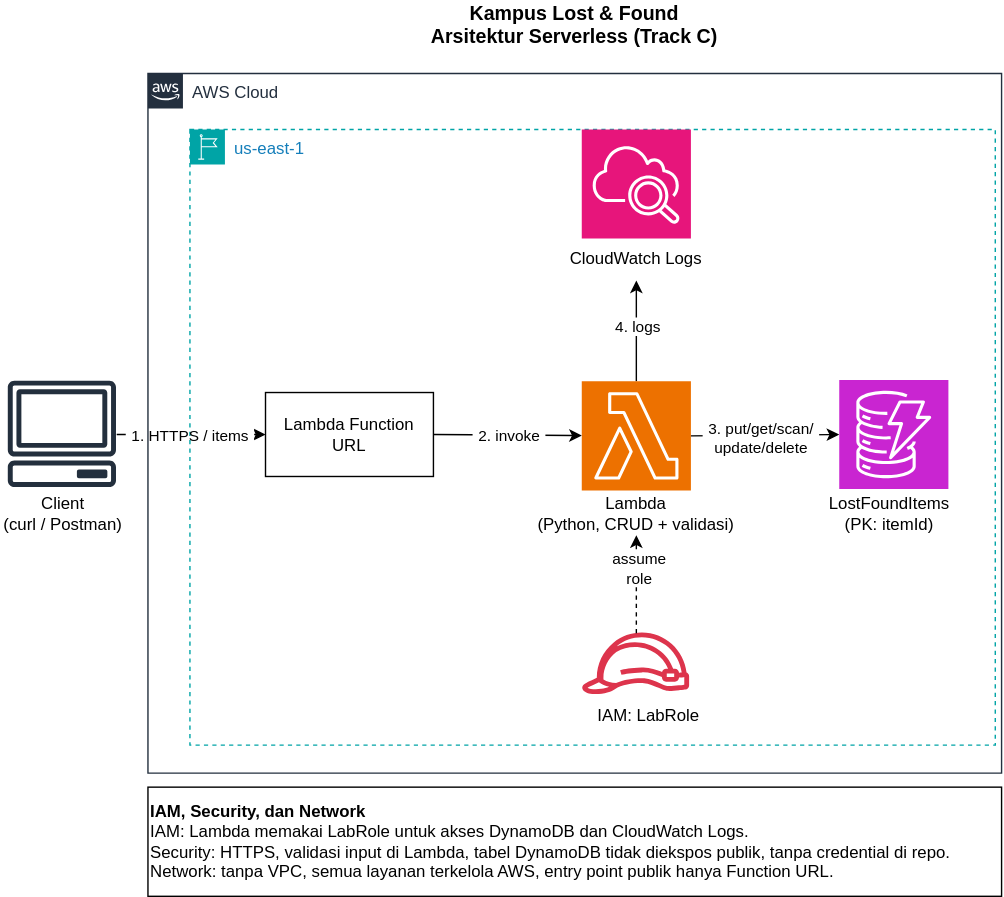
Before: docs/architecture.svg, a diagram exported from draw.io (muhizzy123-png/FoundIt). Source tidied: cells renumbered, new cells last; positions are measured from the earlier drawing's top-left corner, leaving out a move shared by most shapes. The source it was exported from:
```xml
<mxGraphModel>
  <root>
    <mxCell id="0" />
    <mxCell id="1" parent="0" />
    <mxCell id="2" style="endArrow=classic;html=1;rounded=0;defaultLabelBackgroundColor=page;labelPadding=0 4;exitX=0.5;exitY=0;exitDx=0;exitDy=0;exitPerimeter=0;entryX=0.5;entryY=1;entryDx=0;entryDy=0;" parent="1" edge="1" source="4" target="14">
      <mxGeometry relative="1" as="geometry" />
    </mxCell>
    <mxCell id="3" value="4. logs" style="edgeLabel;html=1;align=center;verticalAlign=middle;inheritText=1;defaultLabelBackgroundColor=page;labelPadding=0 4;rotation=0;" parent="2" vertex="1">
      <mxGeometry x="0.42" y="-1" relative="1" as="geometry">
        <mxPoint x="-1" y="11" as="offset" />
      </mxGeometry>
    </mxCell>
    <mxCell id="4" style="sketch=0;points=[[0,0,0],[0.25,0,0],[0.5,0,0],[0.75,0,0],[1,0,0],[0,1,0],[0.25,1,0],[0.5,1,0],[0.75,1,0],[1,1,0],[0,0.25,0],[0,0.5,0],[0,0.75,0],[1,0.25,0],[1,0.5,0],[1,0.75,0]];outlineConnect=0;fontColor=#232F3E;fillColor=#ED7100;strokeColor=#ffffff;dashed=0;verticalLabelPosition=bottom;verticalAlign=top;align=center;html=1;fontSize=12;fontStyle=0;shape=mxgraph.aws4.resourceIcon;resIcon=mxgraph.aws4.lambda;labelPerimeter=1;" parent="1" vertex="1">
      <mxGeometry x="416" y="270" width="78" height="78" as="geometry" />
    </mxCell>
    <mxCell id="5" style="sketch=0;outlineConnect=0;fontColor=#232F3E;gradientColor=none;fillColor=#232F3D;strokeColor=none;dashed=0;verticalLabelPosition=bottom;verticalAlign=top;align=center;html=1;fontSize=12;fontStyle=0;shape=mxgraph.aws4.client;labelPerimeter=1;" parent="1" vertex="1">
      <mxGeometry x="6" y="270" width="78" height="76" as="geometry" />
    </mxCell>
    <mxCell id="6" value="Lambda Function URL" style="rounded=0;whiteSpace=wrap;html=1;" parent="1" vertex="1">
      <mxGeometry x="190" y="278" width="120" height="60" as="geometry" />
    </mxCell>
    <mxCell id="7" style="sketch=0;points=[[0,0,0],[0.25,0,0],[0.5,0,0],[0.75,0,0],[1,0,0],[0,1,0],[0.25,1,0],[0.5,1,0],[0.75,1,0],[1,1,0],[0,0.25,0],[0,0.5,0],[0,0.75,0],[1,0.25,0],[1,0.5,0],[1,0.75,0]];outlineConnect=0;fontColor=#232F3E;fillColor=#C925D1;strokeColor=#ffffff;dashed=0;verticalLabelPosition=bottom;verticalAlign=top;align=center;html=1;fontSize=12;fontStyle=0;shape=mxgraph.aws4.resourceIcon;resIcon=mxgraph.aws4.dynamodb;labelPerimeter=1;" parent="1" vertex="1">
      <mxGeometry x="600" y="269" width="78" height="78" as="geometry" />
    </mxCell>
    <mxCell id="8" value="AWS Cloud" style="gradientColor=none;html=1;whiteSpace=wrap;fontSize=12;fontStyle=0;shape=mxgraph.aws4.group;grIcon=mxgraph.aws4.group_aws_cloud_alt;strokeColor=#232F3E;fillColor=none;verticalAlign=top;align=left;spacingLeft=30;fontColor=#232F3E;dashed=0;" parent="1" vertex="1">
      <mxGeometry x="106" y="50" width="610" height="500" as="geometry" />
    </mxCell>
    <mxCell id="9" value="us-east-1" style="gradientColor=none;html=1;whiteSpace=wrap;fontSize=12;fontStyle=0;shape=mxgraph.aws4.group;grIcon=mxgraph.aws4.group_region;strokeColor=#00A4A6;fillColor=none;verticalAlign=top;align=left;spacingLeft=30;fontColor=#147EBA;dashed=1;" parent="1" vertex="1">
      <mxGeometry x="136" y="90" width="575.5" height="440" as="geometry" />
    </mxCell>
    <mxCell id="10" value="Lambda&lt;div&gt;(Python, CRUD + validasi)&lt;/div&gt;" style="text;html=1;whiteSpace=wrap;strokeColor=none;fillColor=none;align=center;verticalAlign=middle;rounded=0;" parent="9" vertex="1">
      <mxGeometry x="241.2" y="260" width="155.5" height="30" as="geometry" />
    </mxCell>
    <mxCell id="11" style="sketch=0;outlineConnect=0;fontColor=#232F3E;gradientColor=none;fillColor=#DD344C;strokeColor=none;dashed=0;verticalLabelPosition=bottom;verticalAlign=top;align=center;html=1;fontSize=12;fontStyle=0;shape=mxgraph.aws4.role;labelPerimeter=1;" parent="9" vertex="1">
      <mxGeometry x="280" y="360" width="78" height="44" as="geometry" />
    </mxCell>
    <mxCell id="12" style="sketch=0;fontColor=#232F3E;fillColor=#E7157B;strokeColor=#ffffff;dashed=0;verticalLabelPosition=bottom;verticalAlign=top;align=center;html=1;fontSize=12;fontStyle=0;shape=mxgraph.aws4.resourceIcon;resIcon=mxgraph.aws4.cloudwatch_2;labelPerimeter=1;" parent="9" vertex="1">
      <mxGeometry x="280" width="78" height="78" as="geometry" />
    </mxCell>
    <mxCell id="13" value="LostFoundItems&lt;div&gt;(PK: itemId)&lt;/div&gt;" style="text;html=1;whiteSpace=wrap;strokeColor=none;fillColor=none;align=center;verticalAlign=middle;rounded=0;" parent="9" vertex="1">
      <mxGeometry x="450" y="260" width="100" height="30" as="geometry" />
    </mxCell>
    <mxCell id="14" value="CloudWatch Logs" style="text;html=1;whiteSpace=wrap;strokeColor=none;fillColor=none;align=center;verticalAlign=middle;rounded=0;" parent="9" vertex="1">
      <mxGeometry x="269" y="78" width="100" height="30" as="geometry" />
    </mxCell>
    <mxCell id="15" style="endArrow=classic;html=1;rounded=0;defaultLabelBackgroundColor=page;labelPadding=0 4;dashed=1;entryX=0.5;entryY=1;entryDx=0;entryDy=0;" parent="9" edge="1" source="11" target="10">
      <mxGeometry relative="1" as="geometry" />
    </mxCell>
    <mxCell id="16" value="assume&lt;div&gt;role&lt;/div&gt;" style="edgeLabel;html=1;align=center;verticalAlign=middle;inheritText=1;defaultLabelBackgroundColor=page;labelPadding=0 4;" parent="15" vertex="1">
      <mxGeometry x="0.35" y="-1" relative="1" as="geometry" />
    </mxCell>
    <mxCell id="17" value="IAM: LabRole" style="text;html=1;whiteSpace=wrap;strokeColor=none;fillColor=none;align=center;verticalAlign=middle;rounded=0;" parent="9" vertex="1">
      <mxGeometry x="250" y="404" width="155.5" height="30" as="geometry" />
    </mxCell>
    <mxCell id="18" style="endArrow=classic;html=1;rounded=0;defaultLabelBackgroundColor=page;labelPadding=0 4;entryX=0;entryY=0.5;entryDx=0;entryDy=0;" parent="1" edge="1" source="5" target="6">
      <mxGeometry relative="1" as="geometry" />
    </mxCell>
    <mxCell id="19" value="1. HTTPS / items" style="edgeLabel;html=1;align=center;verticalAlign=middle;inheritText=1;defaultLabelBackgroundColor=page;labelPadding=0 4;" parent="18" vertex="1">
      <mxGeometry x="-0.11" y="-1" relative="1" as="geometry">
        <mxPoint x="5" y="-1" as="offset" />
      </mxGeometry>
    </mxCell>
    <mxCell id="20" style="endArrow=classic;html=1;rounded=0;defaultLabelBackgroundColor=page;labelPadding=0 4;exitX=1;exitY=0.5;exitDx=0;exitDy=0;" parent="1" edge="1" source="6" target="4">
      <mxGeometry relative="1" as="geometry" />
    </mxCell>
    <mxCell id="21" value="2. invoke" style="edgeLabel;html=1;align=center;verticalAlign=middle;inheritText=1;defaultLabelBackgroundColor=page;labelPadding=0 4;" parent="20" vertex="1">
      <mxGeometry x="0.1" y="1" relative="1" as="geometry">
        <mxPoint x="-5" y="1" as="offset" />
      </mxGeometry>
    </mxCell>
    <mxCell id="22" style="endArrow=classic;html=1;rounded=0;defaultLabelBackgroundColor=page;labelPadding=0 4;exitX=1;exitY=0.5;exitDx=0;exitDy=0;exitPerimeter=0;entryX=0;entryY=0.5;entryDx=0;entryDy=0;entryPerimeter=0;" parent="1" edge="1" source="4" target="7">
      <mxGeometry relative="1" as="geometry" />
    </mxCell>
    <mxCell id="23" value="3. put/get/scan/&lt;div&gt;update/delete&lt;/div&gt;" style="edgeLabel;html=1;align=center;verticalAlign=middle;inheritText=1;defaultLabelBackgroundColor=page;labelPadding=0 4;" parent="22" vertex="1">
      <mxGeometry x="-0.08" y="-2" relative="1" as="geometry" />
    </mxCell>
    <mxCell id="24" value="Client&lt;div&gt;(curl / Postman)&lt;/div&gt;" style="text;html=1;whiteSpace=wrap;strokeColor=none;fillColor=none;align=center;verticalAlign=middle;rounded=0;" parent="1" vertex="1">
      <mxGeometry x="0.5" y="350" width="89" height="30" as="geometry" />
    </mxCell>
    <mxCell id="25" value="Kampus Lost &amp;amp; Found Arsitektur Serverless (Track C)" style="text;html=1;whiteSpace=wrap;strokeColor=none;fillColor=none;align=center;verticalAlign=middle;rounded=0;fontStyle=1;fontSize=14;" parent="1" vertex="1">
      <mxGeometry x="306" width="210" height="30" as="geometry" />
    </mxCell>
    <mxCell id="26" value="&lt;div&gt;&lt;b&gt;IAM, Security, dan Network&lt;/b&gt;&lt;/div&gt;&lt;div&gt;&lt;span style=&quot;background-color: transparent; color: light-dark(#000000, var(--ge-light-color, #ffffff));&quot;&gt;IAM: Lambda memakai LabRole untuk akses DynamoDB dan CloudWatch Logs.&lt;/span&gt;&lt;/div&gt;&lt;div&gt;Security: HTTPS, validasi input di Lambda, tabel DynamoDB tidak diekspos publik, tanpa credential di repo.&lt;/div&gt;&lt;div style=&quot;&quot;&gt;Network: tanpa VPC, semua layanan terkelola AWS, entry point publik hanya Function URL.&lt;/div&gt;" style="rounded=0;whiteSpace=wrap;html=1;align=left;fontStyle=0;" parent="1" vertex="1">
      <mxGeometry x="106" y="560" width="610" height="78" as="geometry" />
    </mxCell>
  </root>
</mxGraphModel>
```
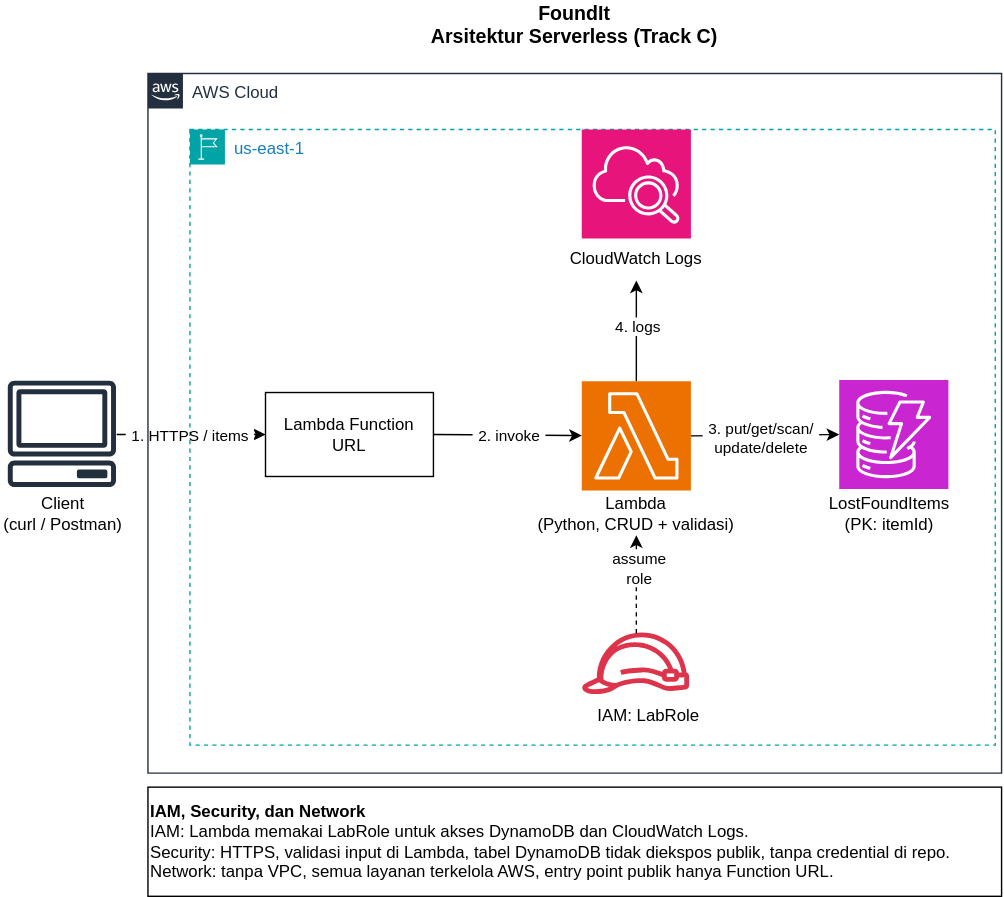
Later version of the same file.

Commit message:
docs: name the app FoundIt

The edit, as a diff of the source:
```diff
@@ -77,7 +77,7 @@
     <mxCell id="24" value="Client&lt;div&gt;(curl / Postman)&lt;/div&gt;" style="text;html=1;whiteSpace=wrap;strokeColor=none;fillColor=none;align=center;verticalAlign=middle;rounded=0;" parent="1" vertex="1">
       <mxGeometry x="0.5" y="350" width="89" height="30" as="geometry" />
     </mxCell>
-    <mxCell id="25" value="Kampus Lost &amp;amp; Found Arsitektur Serverless (Track C)" style="text;html=1;whiteSpace=wrap;strokeColor=none;fillColor=none;align=center;verticalAlign=middle;rounded=0;fontStyle=1;fontSize=14;" parent="1" vertex="1">
+    <mxCell id="25" value="FoundIt&lt;br&gt;Arsitektur Serverless (Track C)" style="text;html=1;whiteSpace=wrap;strokeColor=none;fillColor=none;align=center;verticalAlign=middle;rounded=0;fontStyle=1;fontSize=14;" parent="1" vertex="1">
       <mxGeometry x="306" width="210" height="30" as="geometry" />
     </mxCell>
     <mxCell id="26" value="&lt;div&gt;&lt;b&gt;IAM, Security, dan Network&lt;/b&gt;&lt;/div&gt;&lt;div&gt;&lt;span style=&quot;background-color: transparent; color: light-dark(#000000, var(--ge-light-color, #ffffff));&quot;&gt;IAM: Lambda memakai LabRole untuk akses DynamoDB dan CloudWatch Logs.&lt;/span&gt;&lt;/div&gt;&lt;div&gt;Security: HTTPS, validasi input di Lambda, tabel DynamoDB tidak diekspos publik, tanpa credential di repo.&lt;/div&gt;&lt;div style=&quot;&quot;&gt;Network: tanpa VPC, semua layanan terkelola AWS, entry point publik hanya Function URL.&lt;/div&gt;" style="rounded=0;whiteSpace=wrap;html=1;align=left;fontStyle=0;" parent="1" vertex="1">
```
